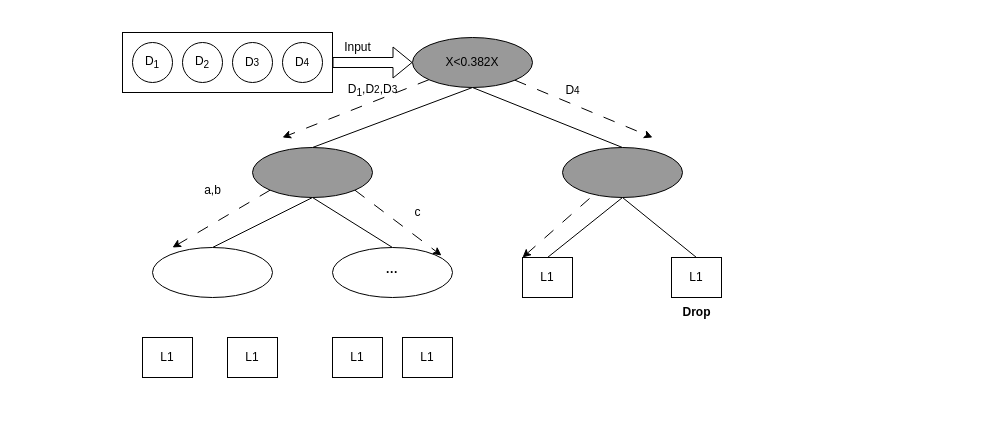
Above: testDirectory/创建隔离树过程.drawio in Moose1273/- (draw.io), before the change. Source tidied: cells renumbered, new cells numbered last; positions are measured from the earlier drawing's top-left corner, leaving out a move shared by most shapes. Both pictures are drawn from the tidied source at 100%, with x=0, y=0 at pixel (122, 32).
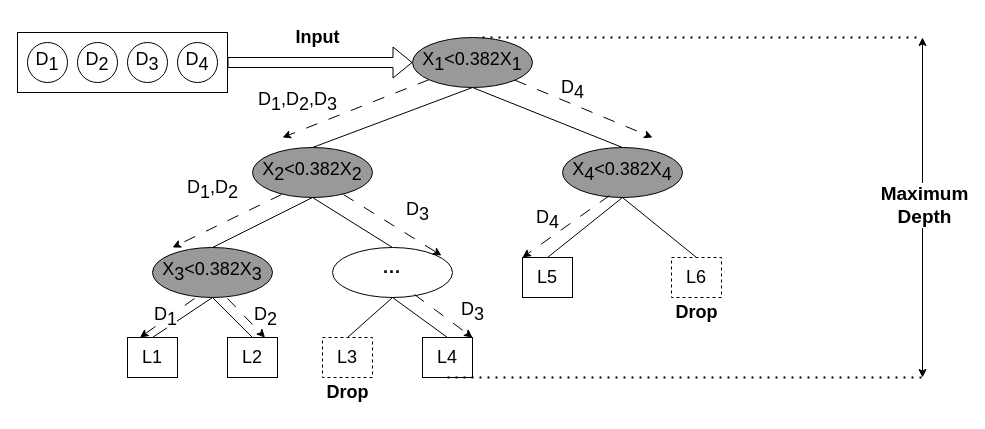
After the change.

Commit message (it also covers changes not shown here):
更新创建隔离树过程.drawio

The edit, as a diff of the source:
```diff
@@
-    <mxCell id="2" style="rounded=0;jettySize=auto;html=1;exitX=0.5;exitY=1;exitDx=0;exitDy=0;entryX=0.5;entryY=0;entryDx=0;entryDy=0;endArrow=none;endFill=0;" parent="1" edge="1" source="4" target="7">
+    <mxCell id="2" style="rounded=0;jettySize=auto;html=1;exitX=0.5;exitY=1;exitDx=0;exitDy=0;entryX=0.5;entryY=0;entryDx=0;entryDy=0;endArrow=none;endFill=0;fontSize=18;" parent="1" edge="1" source="4" target="7">
       <mxGeometry relative="1" as="geometry" />
     </mxCell>
-    <mxCell id="3" style="rounded=0;jettySize=auto;html=1;exitX=0.5;exitY=1;exitDx=0;exitDy=0;entryX=0.5;entryY=0;entryDx=0;entryDy=0;endArrow=none;endFill=0;" parent="1" edge="1" source="4" target="10">
+    <mxCell id="3" style="rounded=0;jettySize=auto;html=1;exitX=0.5;exitY=1;exitDx=0;exitDy=0;entryX=0.5;entryY=0;entryDx=0;entryDy=0;endArrow=none;endFill=0;fontSize=18;" parent="1" edge="1" source="4" target="10">
       <mxGeometry relative="1" as="geometry" />
     </mxCell>
-    <mxCell id="4" value="X&amp;lt;0.382X" style="ellipse;whiteSpace=wrap;html=1;labelBackgroundColor=#999999;fillColor=#999999;" parent="1" vertex="1">
+    <mxCell id="4" value="X&lt;sub style=&quot;border-color: var(--border-color); font-size: 18px; background-color: rgb(153, 153, 153);&quot;&gt;1&lt;/sub&gt;&amp;lt;0.382X&lt;sub style=&quot;border-color: var(--border-color); font-size: 18px;&quot;&gt;1&lt;/sub&gt;" style="ellipse;whiteSpace=wrap;html=1;labelBackgroundColor=#999999;fillColor=#999999;fontSize=18;" parent="1" vertex="1">
       <mxGeometry x="290" y="5" width="120" height="50" as="geometry" />
     </mxCell>
-    <mxCell id="5" style="rounded=0;jettySize=auto;html=1;exitX=0.5;exitY=1;exitDx=0;exitDy=0;entryX=0.5;entryY=0;entryDx=0;entryDy=0;endArrow=none;endFill=0;" parent="1" edge="1" source="7" target="19">
+    <mxCell id="5" style="rounded=0;jettySize=auto;html=1;exitX=0.5;exitY=1;exitDx=0;exitDy=0;entryX=0.5;entryY=0;entryDx=0;entryDy=0;endArrow=none;endFill=0;fontSize=18;" parent="1" edge="1" source="7" target="19">
       <mxGeometry relative="1" as="geometry" />
     </mxCell>
-    <mxCell id="6" style="rounded=0;jettySize=auto;html=1;exitX=0.5;exitY=1;exitDx=0;exitDy=0;entryX=0.5;entryY=0;entryDx=0;entryDy=0;endArrow=none;endFill=0;" parent="1" edge="1" source="7" target="18">
+    <mxCell id="6" style="rounded=0;jettySize=auto;html=1;exitX=0.5;exitY=1;exitDx=0;exitDy=0;entryX=0.5;entryY=0;entryDx=0;entryDy=0;endArrow=none;endFill=0;fontSize=18;" parent="1" edge="1" source="7" target="18">
       <mxGeometry relative="1" as="geometry" />
     </mxCell>
-    <mxCell id="7" style="ellipse;whiteSpace=wrap;html=1;fillColor=#999999;" parent="1" vertex="1">
+    <mxCell id="7" value="X&lt;sub style=&quot;border-color: var(--border-color); background-color: rgb(153, 153, 153); font-size: 18px;&quot;&gt;2&lt;/sub&gt;&amp;lt;0.382X&lt;sub style=&quot;border-color: var(--border-color); background-color: rgb(153, 153, 153); font-size: 18px;&quot;&gt;2&lt;/sub&gt;" style="ellipse;whiteSpace=wrap;html=1;fillColor=#999999;fontSize=18;" parent="1" vertex="1">
       <mxGeometry x="130" y="115" width="120" height="50" as="geometry" />
     </mxCell>
-    <mxCell id="8" style="rounded=0;jettySize=auto;html=1;exitX=0.5;exitY=1;exitDx=0;exitDy=0;entryX=0.5;entryY=0;entryDx=0;entryDy=0;endArrow=none;endFill=0;" parent="1" edge="1" source="10" target="27">
+    <mxCell id="8" style="rounded=0;jettySize=auto;html=1;exitX=0.5;exitY=1;exitDx=0;exitDy=0;entryX=0.5;entryY=0;entryDx=0;entryDy=0;endArrow=none;endFill=0;fontSize=18;" parent="1" edge="1" source="10" target="27">
       <mxGeometry relative="1" as="geometry" />
     </mxCell>
-    <mxCell id="9" style="rounded=0;jettySize=auto;html=1;exitX=0.5;exitY=1;exitDx=0;exitDy=0;entryX=0.5;entryY=0;entryDx=0;entryDy=0;endArrow=none;endFill=0;" parent="1" edge="1" source="10" target="33">
+    <mxCell id="9" style="rounded=0;jettySize=auto;html=1;exitX=0.5;exitY=1;exitDx=0;exitDy=0;entryX=0.5;entryY=0;entryDx=0;entryDy=0;endArrow=none;endFill=0;fontSize=18;" parent="1" edge="1" source="10" target="33">
       <mxGeometry relative="1" as="geometry" />
     </mxCell>
-    <mxCell id="10" style="ellipse;whiteSpace=wrap;html=1;fillColor=#999999;" parent="1" vertex="1">
+    <mxCell id="10" value="X&lt;sub style=&quot;border-color: var(--border-color); background-color: rgb(153, 153, 153); font-size: 18px;&quot;&gt;4&lt;/sub&gt;&amp;lt;0.382X&lt;sub style=&quot;border-color: var(--border-color); background-color: rgb(153, 153, 153); font-size: 18px;&quot;&gt;4&lt;/sub&gt;" style="ellipse;whiteSpace=wrap;html=1;fillColor=#999999;fontSize=18;" parent="1" vertex="1">
       <mxGeometry x="440" y="115" width="120" height="50" as="geometry" />
     </mxCell>
-    <mxCell id="11" style="edgeStyle=orthogonalEdgeStyle;rounded=0;jettySize=auto;html=1;shape=flexArrow;" parent="1" edge="1" source="12" target="4">
+    <mxCell id="11" style="edgeStyle=orthogonalEdgeStyle;rounded=0;jettySize=auto;html=1;shape=flexArrow;fontSize=18;" parent="1" edge="1" source="12" target="4">
       <mxGeometry relative="1" as="geometry" />
     </mxCell>
-    <mxCell id="12" style="rounded=0;whiteSpace=wrap;html=1;" parent="1" vertex="1">
-      <mxGeometry width="210" height="60" as="geometry" />
+    <mxCell id="12" style="rounded=0;whiteSpace=wrap;html=1;fontSize=18;" parent="1" vertex="1">
+      <mxGeometry x="-105" width="210" height="60" as="geometry" />
     </mxCell>
-    <mxCell id="13" value="D&lt;sub&gt;1&lt;/sub&gt;" style="ellipse;whiteSpace=wrap;html=1;" parent="1" vertex="1">
-      <mxGeometry x="10" y="10" width="40" height="40" as="geometry" />
+    <mxCell id="13" value="D&lt;sub style=&quot;font-size: 18px;&quot;&gt;1&lt;/sub&gt;" style="ellipse;whiteSpace=wrap;html=1;fontSize=18;" parent="1" vertex="1">
+      <mxGeometry x="-95" y="10" width="40" height="40" as="geometry" />
     </mxCell>
-    <mxCell id="14" value="D&lt;sub&gt;2&lt;/sub&gt;" style="ellipse;whiteSpace=wrap;html=1;" parent="1" vertex="1">
-      <mxGeometry x="60" y="10" width="40" height="40" as="geometry" />
+    <mxCell id="14" value="D&lt;sub style=&quot;font-size: 18px;&quot;&gt;2&lt;/sub&gt;" style="ellipse;whiteSpace=wrap;html=1;fontSize=18;" parent="1" vertex="1">
+      <mxGeometry x="-45" y="10" width="40" height="40" as="geometry" />
     </mxCell>
-    <mxCell id="15" value="D&lt;span style=&quot;font-size: 10px;&quot;&gt;3&lt;/span&gt;" style="ellipse;whiteSpace=wrap;html=1;" parent="1" vertex="1">
-      <mxGeometry x="110" y="10" width="40" height="40" as="geometry" />
+    <mxCell id="15" value="D&lt;sub style=&quot;border-color: var(--border-color); font-size: 18px;&quot;&gt;3&lt;/sub&gt;" style="ellipse;whiteSpace=wrap;html=1;fontSize=18;" parent="1" vertex="1">
+      <mxGeometry x="5" y="10" width="40" height="40" as="geometry" />
     </mxCell>
-    <mxCell id="16" value="D&lt;span style=&quot;font-size: 10px;&quot;&gt;4&lt;/span&gt;" style="ellipse;whiteSpace=wrap;html=1;" parent="1" vertex="1">
-      <mxGeometry x="160" y="10" width="40" height="40" as="geometry" />
+    <mxCell id="16" value="D&lt;sub style=&quot;border-color: var(--border-color); font-size: 18px;&quot;&gt;4&lt;/sub&gt;" style="ellipse;whiteSpace=wrap;html=1;fontSize=18;" parent="1" vertex="1">
+      <mxGeometry x="55" y="10" width="40" height="40" as="geometry" />
     </mxCell>
-    <mxCell id="17" value="Input" style="text;html=1;align=center;verticalAlign=middle;strokeColor=none;fillColor=none;" parent="1" vertex="1">
-      <mxGeometry x="210" width="50" height="30" as="geometry" />
+    <mxCell id="17" value="&lt;b&gt;Input&lt;/b&gt;" style="text;html=1;align=center;verticalAlign=middle;strokeColor=none;fillColor=none;fontSize=18;" parent="1" vertex="1">
+      <mxGeometry x="160" y="-15" width="70" height="40" as="geometry" />
     </mxCell>
+    <mxCell id="36" style="rounded=0;jettySize=auto;html=1;exitX=0.5;exitY=1;exitDx=0;exitDy=0;endArrow=none;endFill=0;entryX=0.5;entryY=0;entryDx=0;entryDy=0;fontSize=18;" parent="1" edge="1" source="18" target="21">
+      <mxGeometry relative="1" as="geometry" />
+    </mxCell>
-    <mxCell id="18" style="ellipse;whiteSpace=wrap;html=1;" parent="1" vertex="1">
+    <mxCell id="18" value="X&lt;sub style=&quot;border-color: var(--border-color); background-color: rgb(153, 153, 153); font-size: 18px;&quot;&gt;3&lt;/sub&gt;&amp;lt;0.382X&lt;sub style=&quot;border-color: var(--border-color); background-color: rgb(153, 153, 153); font-size: 18px;&quot;&gt;3&lt;/sub&gt;" style="ellipse;whiteSpace=wrap;html=1;fillColor=#999999;fontSize=18;" parent="1" vertex="1">
       <mxGeometry x="30" y="215" width="120" height="50" as="geometry" />
     </mxCell>
-    <mxCell id="19" value="&lt;b&gt;·&lt;/b&gt;&lt;b style=&quot;border-color: var(--border-color);&quot;&gt;·&lt;/b&gt;&lt;b style=&quot;border-color: var(--border-color);&quot;&gt;·&lt;/b&gt;" style="ellipse;whiteSpace=wrap;html=1;" parent="1" vertex="1">
+    <mxCell id="19" value="&lt;b style=&quot;font-size: 18px;&quot;&gt;·&lt;/b&gt;&lt;b style=&quot;border-color: var(--border-color); font-size: 18px;&quot;&gt;·&lt;/b&gt;&lt;b style=&quot;border-color: var(--border-color); font-size: 18px;&quot;&gt;·&lt;/b&gt;" style="ellipse;whiteSpace=wrap;html=1;fontSize=18;" parent="1" vertex="1">
       <mxGeometry x="210" y="215" width="120" height="50" as="geometry" />
     </mxCell>
-    <mxCell id="20" value="L1" style="rounded=0;whiteSpace=wrap;html=1;" parent="1" vertex="1">
+    <mxCell id="20" value="L2" style="rounded=0;whiteSpace=wrap;html=1;fontSize=18;" parent="1" vertex="1">
       <mxGeometry x="105" y="305" width="50" height="40" as="geometry" />
     </mxCell>
-    <mxCell id="21" value="L1" style="rounded=0;whiteSpace=wrap;html=1;" parent="1" vertex="1">
-      <mxGeometry x="20" y="305" width="50" height="40" as="geometry" />
+    <mxCell id="21" value="L1" style="rounded=0;whiteSpace=wrap;html=1;fontSize=18;" parent="1" vertex="1">
+      <mxGeometry x="5" y="305" width="50" height="40" as="geometry" />
     </mxCell>
-    <mxCell id="22" style="endArrow=classic;html=1;rounded=0;dashed=1;dashPattern=12 12;" parent="1" edge="1" source="4">
+    <mxCell id="22" style="endArrow=classic;html=1;rounded=0;dashed=1;dashPattern=12 12;fontSize=18;" parent="1" edge="1" source="4">
       <mxGeometry relative="1" as="geometry">
         <mxPoint x="160" y="105" as="targetPoint" />
       </mxGeometry>
     </mxCell>
-    <mxCell id="23" value="D&lt;sub&gt;1&lt;/sub&gt;,D&lt;span style=&quot;font-size: 10px;&quot;&gt;2&lt;/span&gt;,D&lt;span style=&quot;font-size: 10px;&quot;&gt;3&lt;/span&gt;" style="text;html=1;align=center;verticalAlign=middle;strokeColor=none;fillColor=none;" parent="1" vertex="1">
-      <mxGeometry x="215" y="43" width="70" height="30" as="geometry" />
+    <mxCell id="23" value="D&lt;sub style=&quot;font-size: 18px;&quot;&gt;1&lt;/sub&gt;,D&lt;sub style=&quot;border-color: var(--border-color); font-size: 18px;&quot;&gt;2&lt;/sub&gt;,D&lt;sub style=&quot;border-color: var(--border-color); font-size: 18px;&quot;&gt;3&lt;/sub&gt;" style="text;html=1;align=center;verticalAlign=middle;strokeColor=none;fillColor=none;fontSize=18;" parent="1" vertex="1">
+      <mxGeometry x="125" y="50" width="100" height="40" as="geometry" />
     </mxCell>
-    <mxCell id="24" style="endArrow=classic;html=1;rounded=0;dashed=1;dashPattern=12 12;exitX=1;exitY=1;exitDx=0;exitDy=0;" parent="1" edge="1" source="4">
+    <mxCell id="24" style="endArrow=classic;html=1;rounded=0;dashed=1;dashPattern=12 12;exitX=1;exitY=1;exitDx=0;exitDy=0;fontSize=18;" parent="1" edge="1" source="4">
       <mxGeometry relative="1" as="geometry">
         <mxPoint x="530" y="105" as="targetPoint" />
       </mxGeometry>
     </mxCell>
-    <mxCell id="25" value="L1" style="rounded=0;whiteSpace=wrap;html=1;" parent="1" vertex="1">
-      <mxGeometry x="210" y="305" width="50" height="40" as="geometry" />
+    <mxCell id="25" value="L3" style="rounded=0;whiteSpace=wrap;html=1;dashed=1;fontSize=18;" parent="1" vertex="1">
+      <mxGeometry x="200" y="305" width="50" height="40" as="geometry" />
     </mxCell>
-    <mxCell id="26" value="L1" style="rounded=0;whiteSpace=wrap;html=1;" parent="1" vertex="1">
-      <mxGeometry x="280" y="305" width="50" height="40" as="geometry" />
+    <mxCell id="26" value="L4" style="rounded=0;whiteSpace=wrap;html=1;fontSize=18;" parent="1" vertex="1">
+      <mxGeometry x="300" y="305" width="50" height="40" as="geometry" />
     </mxCell>
-    <mxCell id="27" value="L1" style="rounded=0;whiteSpace=wrap;html=1;" parent="1" vertex="1">
+    <mxCell id="27" value="L6" style="rounded=0;whiteSpace=wrap;html=1;dashed=1;fontSize=18;" parent="1" vertex="1">
       <mxGeometry x="549" y="225" width="50" height="40" as="geometry" />
     </mxCell>
-    <mxCell id="28" value="D&lt;span style=&quot;font-size: 10px;&quot;&gt;4&lt;/span&gt;" style="text;html=1;align=center;verticalAlign=middle;strokeColor=none;fillColor=none;" parent="1" vertex="1">
-      <mxGeometry x="430" y="43" width="40" height="30" as="geometry" />
+    <mxCell id="28" value="D&lt;sub style=&quot;border-color: var(--border-color); font-size: 18px;&quot;&gt;4&lt;/sub&gt;" style="text;html=1;align=center;verticalAlign=middle;strokeColor=none;fillColor=none;fontSize=18;" parent="1" vertex="1">
+      <mxGeometry x="425" y="38" width="50" height="40" as="geometry" />
     </mxCell>
-    <mxCell id="29" style="endArrow=classic;html=1;rounded=0;exitX=0.225;exitY=1.02;exitDx=0;exitDy=0;exitPerimeter=0;entryX=0;entryY=0;entryDx=0;entryDy=0;dashed=1;dashPattern=12 12;" parent="1" edge="1" source="10" target="33">
+    <mxCell id="29" style="endArrow=classic;html=1;rounded=0;exitX=0.392;exitY=0.96;exitDx=0;exitDy=0;exitPerimeter=0;entryX=0;entryY=0;entryDx=0;entryDy=0;dashed=1;dashPattern=12 12;fontSize=18;" parent="1" edge="1" source="10" target="33">
       <mxGeometry relative="1" as="geometry" />
     </mxCell>
-    <mxCell id="30" style="endArrow=classic;html=1;rounded=0;exitX=0;exitY=1;exitDx=0;exitDy=0;dashed=1;dashPattern=12 12;" parent="1" edge="1" source="7">
+    <mxCell id="30" style="endArrow=classic;html=1;rounded=0;exitX=0.242;exitY=0.94;exitDx=0;exitDy=0;dashed=1;dashPattern=12 12;exitPerimeter=0;fontSize=18;" parent="1" edge="1" source="7">
       <mxGeometry relative="1" as="geometry">
         <mxPoint x="50" y="215" as="targetPoint" />
       </mxGeometry>
     </mxCell>
-    <mxCell id="31" style="endArrow=classic;html=1;rounded=0;exitX=1;exitY=1;exitDx=0;exitDy=0;dashed=1;dashPattern=12 12;entryX=0.908;entryY=0.16;entryDx=0;entryDy=0;entryPerimeter=0;" parent="1" edge="1" source="7" target="19">
+    <mxCell id="31" style="endArrow=classic;html=1;rounded=0;exitX=0.758;exitY=0.94;exitDx=0;exitDy=0;dashed=1;dashPattern=12 12;entryX=0.908;entryY=0.16;entryDx=0;entryDy=0;entryPerimeter=0;exitPerimeter=0;fontSize=18;" parent="1" edge="1" source="7" target="19">
       <mxGeometry relative="1" as="geometry" />
     </mxCell>
-    <mxCell id="32" value="&lt;b&gt;Drop&lt;/b&gt;" style="text;html=1;align=center;verticalAlign=middle;strokeColor=none;fillColor=none;" parent="1" vertex="1">
-      <mxGeometry x="548.5" y="265" width="50" height="30" as="geometry" />
+    <mxCell id="32" value="&lt;b style=&quot;font-size: 18px;&quot;&gt;Drop&lt;/b&gt;" style="text;html=1;align=center;verticalAlign=middle;strokeColor=none;fillColor=none;fontSize=18;" parent="1" vertex="1">
+      <mxGeometry x="538.5" y="260" width="70" height="40" as="geometry" />
     </mxCell>
-    <mxCell id="33" value="L1" style="rounded=0;whiteSpace=wrap;html=1;" parent="1" vertex="1">
+    <mxCell id="33" value="L5" style="rounded=0;whiteSpace=wrap;html=1;fontSize=18;" parent="1" vertex="1">
       <mxGeometry x="400" y="225" width="50" height="40" as="geometry" />
     </mxCell>
-    <mxCell id="34" value="a,b" style="text;html=1;align=center;verticalAlign=middle;strokeColor=none;fillColor=none;" parent="1" vertex="1">
-      <mxGeometry x="70" y="143" width="40" height="30" as="geometry" />
+    <mxCell id="34" value="D&lt;sub style=&quot;border-color: var(--border-color); font-size: 18px;&quot;&gt;1&lt;/sub&gt;,D&lt;sub style=&quot;border-color: var(--border-color); font-size: 18px;&quot;&gt;2&lt;/sub&gt;" style="text;html=1;align=center;verticalAlign=middle;strokeColor=none;fillColor=none;fontSize=18;" parent="1" vertex="1">
+      <mxGeometry x="55" y="138" width="70" height="40" as="geometry" />
     </mxCell>
-    <mxCell id="35" value="c" style="text;html=1;align=center;verticalAlign=middle;strokeColor=none;fillColor=none;" parent="1" vertex="1">
-      <mxGeometry x="280" y="165" width="30" height="30" as="geometry" />
+    <mxCell id="35" value="D&lt;sub style=&quot;border-color: var(--border-color); font-size: 18px;&quot;&gt;3&lt;/sub&gt;" style="text;html=1;align=center;verticalAlign=middle;strokeColor=none;fillColor=none;fontSize=18;" parent="1" vertex="1">
+      <mxGeometry x="270" y="160" width="50" height="40" as="geometry" />
     </mxCell>
+    <mxCell id="37" style="rounded=0;jettySize=auto;html=1;exitX=0.5;exitY=1;exitDx=0;exitDy=0;endArrow=none;endFill=0;entryX=0.5;entryY=0;entryDx=0;entryDy=0;fontSize=18;" parent="1" edge="1" source="18" target="20">
+      <mxGeometry relative="1" as="geometry" />
+    </mxCell>
+    <mxCell id="38" style="rounded=0;jettySize=auto;html=1;exitX=0.5;exitY=1;exitDx=0;exitDy=0;endArrow=none;endFill=0;entryX=0.5;entryY=0;entryDx=0;entryDy=0;fontSize=18;" parent="1" edge="1" source="19" target="25">
+      <mxGeometry relative="1" as="geometry" />
+    </mxCell>
+    <mxCell id="39" style="rounded=0;jettySize=auto;html=1;exitX=0.5;exitY=1;exitDx=0;exitDy=0;endArrow=none;endFill=0;entryX=0.5;entryY=0;entryDx=0;entryDy=0;fontSize=18;" parent="1" edge="1" source="19" target="26">
+      <mxGeometry relative="1" as="geometry" />
+    </mxCell>
+    <mxCell id="40" value="D&lt;sub style=&quot;border-color: var(--border-color); font-size: 18px;&quot;&gt;4&lt;/sub&gt;" style="text;html=1;align=center;verticalAlign=middle;strokeColor=none;fillColor=none;fontSize=18;" parent="1" vertex="1">
+      <mxGeometry x="400" y="168" width="50" height="40" as="geometry" />
+    </mxCell>
+    <mxCell id="41" value="&lt;b style=&quot;font-size: 18px;&quot;&gt;Drop&lt;/b&gt;" style="text;html=1;align=center;verticalAlign=middle;strokeColor=none;fillColor=none;fontSize=18;" parent="1" vertex="1">
+      <mxGeometry x="190" y="340" width="70" height="40" as="geometry" />
+    </mxCell>
+    <mxCell id="42" style="endArrow=classic;html=1;rounded=0;exitX=0.683;exitY=0.94;exitDx=0;exitDy=0;dashed=1;dashPattern=12 12;exitPerimeter=0;entryX=1;entryY=0;entryDx=0;entryDy=0;fontSize=18;" parent="1" edge="1" source="19" target="26">
+      <mxGeometry relative="1" as="geometry" />
+    </mxCell>
+    <mxCell id="43" value="D&lt;sub style=&quot;border-color: var(--border-color); font-size: 18px;&quot;&gt;3&lt;/sub&gt;" style="text;html=1;align=center;verticalAlign=middle;strokeColor=none;fillColor=none;fontSize=18;" parent="1" vertex="1">
+      <mxGeometry x="325" y="260" width="50" height="40" as="geometry" />
+    </mxCell>
+    <mxCell id="44" style="endArrow=classic;html=1;rounded=0;exitX=0.35;exitY=1.02;exitDx=0;exitDy=0;dashed=1;dashPattern=12 12;exitPerimeter=0;entryX=0.25;entryY=0;entryDx=0;entryDy=0;fontSize=18;" parent="1" edge="1" source="18" target="21">
+      <mxGeometry relative="1" as="geometry" />
+    </mxCell>
+    <mxCell id="45" style="endArrow=classic;html=1;rounded=0;exitX=0.625;exitY=1.02;exitDx=0;exitDy=0;dashed=1;dashPattern=12 12;exitPerimeter=0;entryX=0.75;entryY=0;entryDx=0;entryDy=0;fontSize=18;" parent="1" edge="1" source="18" target="20">
+      <mxGeometry relative="1" as="geometry" />
+    </mxCell>
+    <mxCell id="46" value="&lt;span style=&quot;color: rgb(0, 0, 0); font-family: Helvetica; font-size: 18px; font-style: normal; font-variant-ligatures: normal; font-variant-caps: normal; font-weight: 400; letter-spacing: normal; orphans: 2; text-align: center; text-indent: 0px; text-transform: none; widows: 2; word-spacing: 0px; -webkit-text-stroke-width: 0px; background-color: rgb(251, 251, 251); text-decoration-thickness: initial; text-decoration-style: initial; text-decoration-color: initial; float: none; display: inline !important;&quot;&gt;D&lt;/span&gt;&lt;sub style=&quot;border-color: var(--border-color); color: rgb(0, 0, 0); font-family: Helvetica; font-style: normal; font-variant-ligatures: normal; font-variant-caps: normal; font-weight: 400; letter-spacing: normal; orphans: 2; text-align: center; text-indent: 0px; text-transform: none; widows: 2; word-spacing: 0px; -webkit-text-stroke-width: 0px; background-color: rgb(251, 251, 251); text-decoration-thickness: initial; text-decoration-style: initial; text-decoration-color: initial; font-size: 18px;&quot;&gt;1&lt;/sub&gt;" style="text;whiteSpace=wrap;html=1;fontSize=18;" parent="1" vertex="1">
+      <mxGeometry x="30" y="265" width="30" height="30" as="geometry" />
+    </mxCell>
+    <mxCell id="47" value="D&lt;sub style=&quot;border-color: var(--border-color); text-align: center; font-size: 18px;&quot;&gt;2&lt;/sub&gt;" style="text;whiteSpace=wrap;html=1;fontSize=18;" parent="1" vertex="1">
+      <mxGeometry x="130" y="265" width="50" height="40" as="geometry" />
+    </mxCell>
+    <mxCell id="48" style="endArrow=none;dashed=1;html=1;dashPattern=1 3;strokeWidth=2;rounded=0;fontSize=19;" parent="1" edge="1">
+      <mxGeometry relative="1" as="geometry">
+        <mxPoint x="360" y="5" as="sourcePoint" />
+        <mxPoint x="800" y="5" as="targetPoint" />
+      </mxGeometry>
+    </mxCell>
+    <mxCell id="49" style="endArrow=none;dashed=1;html=1;dashPattern=1 3;strokeWidth=2;rounded=0;exitX=0.5;exitY=1;exitDx=0;exitDy=0;fontSize=19;" parent="1" edge="1" source="26">
+      <mxGeometry relative="1" as="geometry">
+        <mxPoint x="800" y="345" as="targetPoint" />
+      </mxGeometry>
+    </mxCell>
+    <mxCell id="50" style="endArrow=classic;startArrow=classic;html=1;rounded=0;fontSize=19;" parent="1" edge="1">
+      <mxGeometry relative="1" as="geometry">
+        <mxPoint x="800" y="345" as="sourcePoint" />
+        <mxPoint x="800" y="5" as="targetPoint" />
+      </mxGeometry>
+    </mxCell>
+    <mxCell id="51" value="&lt;b style=&quot;font-size: 19px;&quot;&gt;Maximum&lt;br style=&quot;font-size: 19px;&quot;&gt;Depth&lt;/b&gt;" style="edgeLabel;html=1;align=center;verticalAlign=middle;fontSize=19;" parent="50" vertex="1">
+      <mxGeometry x="0.02" y="-1" relative="1" as="geometry" />
+    </mxCell>
```
